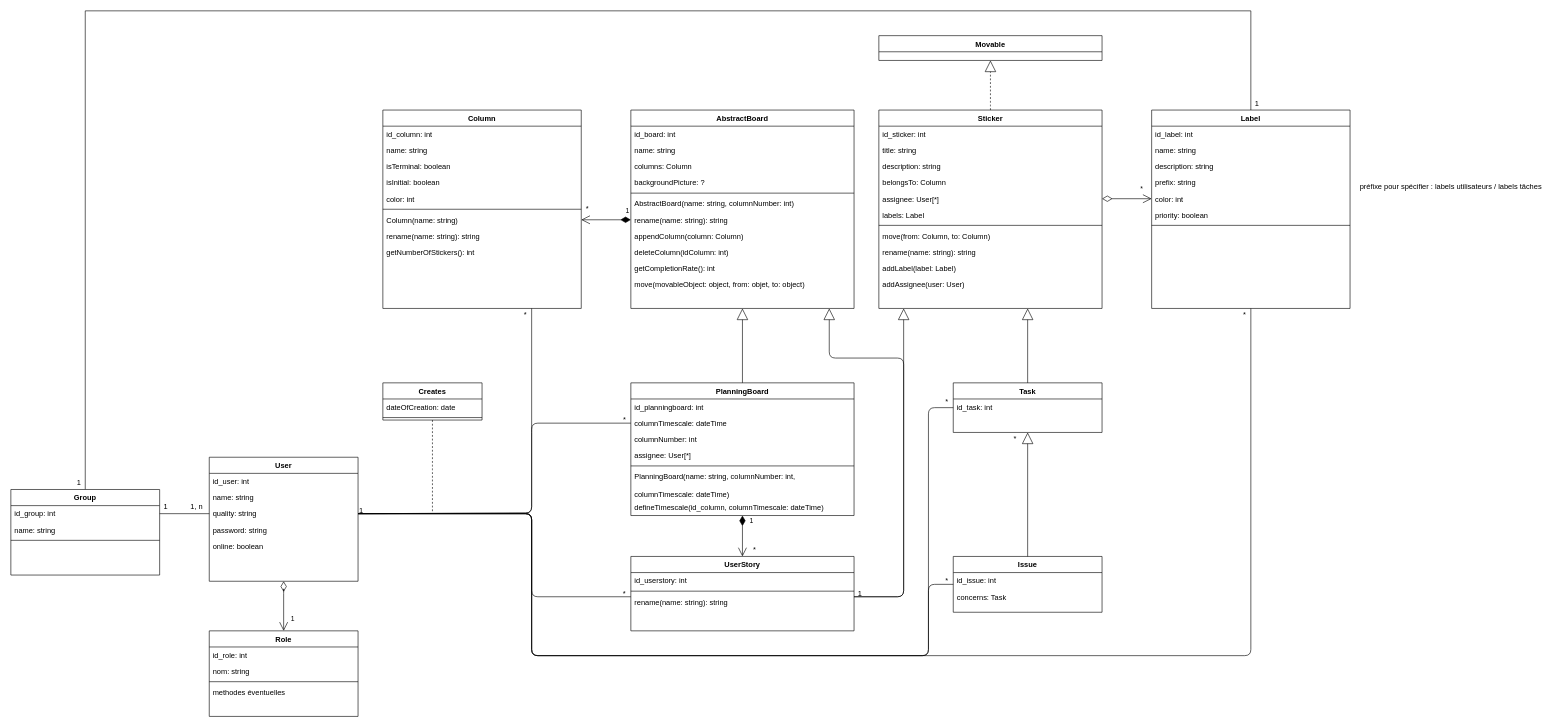
This is Diagrams/Class Diagram.drawio from RedaPengam/Boardy, a draw.io file, before an edit. Source tidied: cells renumbered, new cells numbered last; positions are measured from the earlier drawing's top-left corner, leaving out a move shared by most shapes. Both pictures are drawn from the tidied source at 62%, with x=0, y=0 at pixel (11, 11).
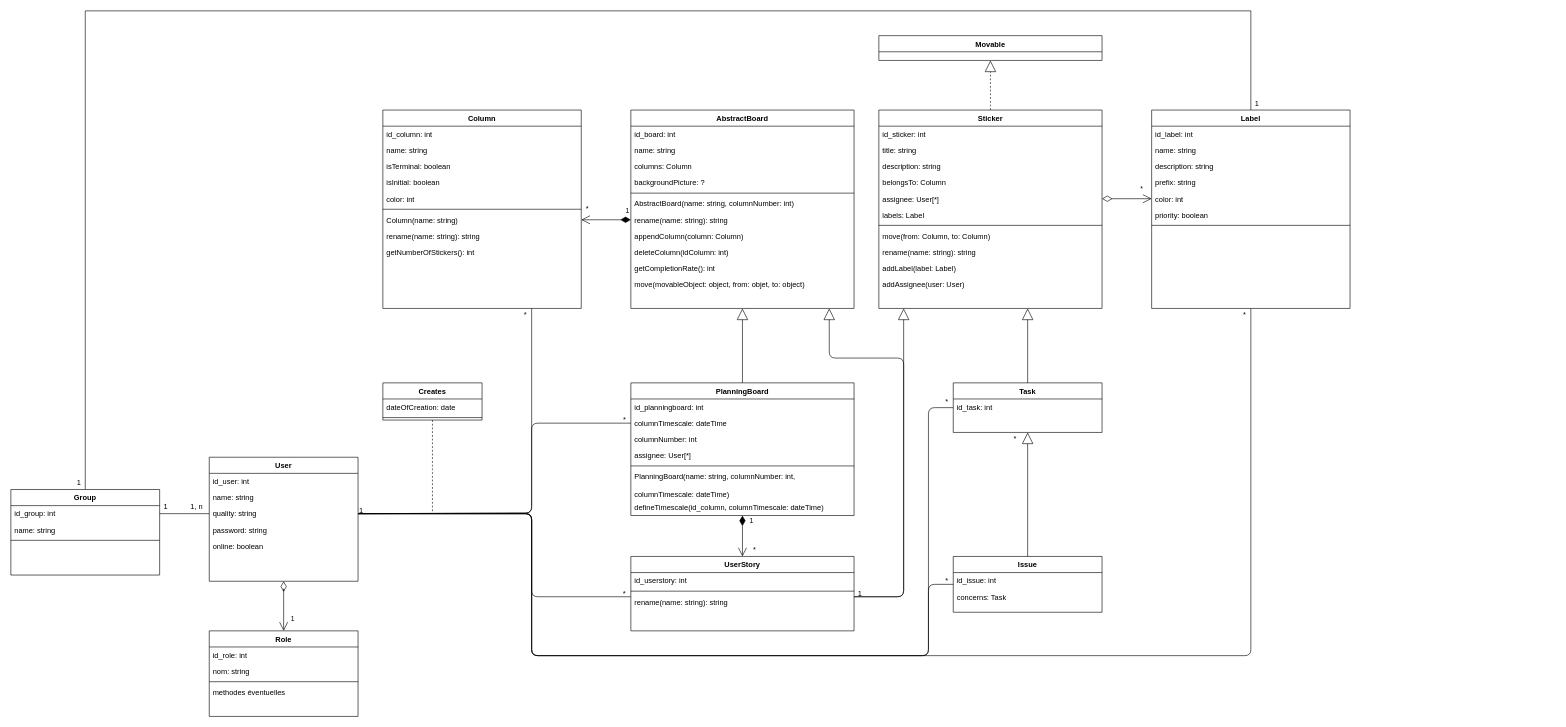
Above is the later version.

Change to the diagram source:
```diff
@@
-    <mxCell id="105" value="préfixe pour spécifier : labels utilisateurs / labels tâches" style="text;align=left;verticalAlign=top;spacingLeft=4;spacingRight=4;overflow=hidden;" parent="1" vertex="1">
-      <mxGeometry x="2170" y="270" width="320" height="26" as="geometry" />
-    </mxCell>
```
